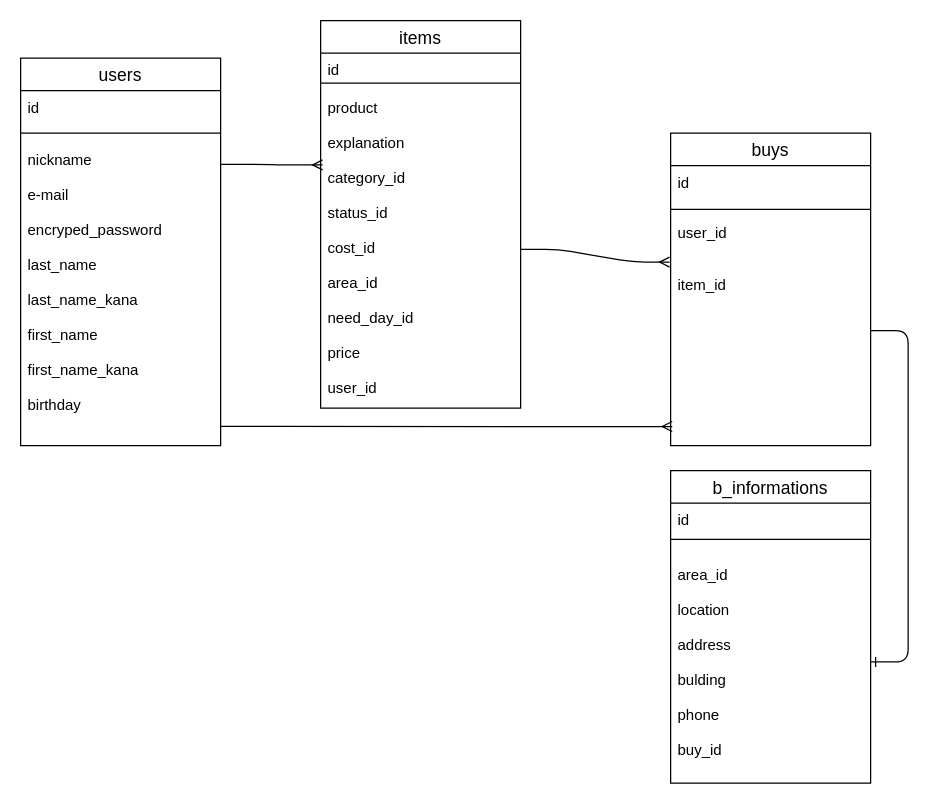
This is furima_table.dio from hhiirroosshhii/furima-39859, a draw.io file, before an edit. Source tidied: cells renumbered, new cells numbered last; positions are measured from the earlier drawing's top-left corner, leaving out a move shared by most shapes. Both pictures are drawn from the tidied source at 125%, with x=0, y=0 at pixel (20, 20).
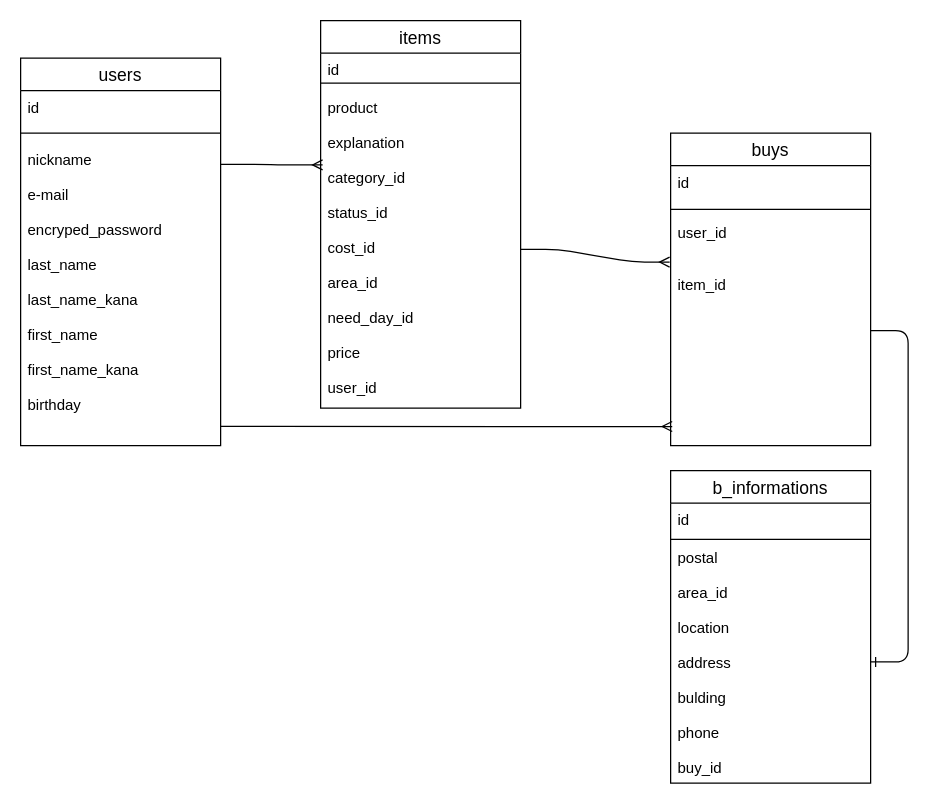
After the change.

Unchanged cells that the change refers to:
```xml
<mxCell id="13" value="b_informations" style="swimlane;fontStyle=0;horizontal=1;startSize=26;align=center;fontSize=14;" parent="1" vertex="1">
  <mxGeometry x="520" y="360" width="160" height="250" as="geometry" />
</mxCell>
```

The edit, as a diff of the source:
```diff
@@
-    <mxCell id="16" value="&#10;area_id&#10;&#10;location&#10;&#10;address&#10;&#10;bulding&#10;&#10;phone&#10;&#10;buy_id" style="text;strokeColor=none;fillColor=none;spacingLeft=4;spacingRight=4;overflow=hidden;points=[[0,0.5],[1,0.5]];portConstraint=eastwest;fontSize=12;" parent="13" vertex="1">
+    <mxCell id="16" value="postal&#10;&#10;area_id&#10;&#10;location&#10;&#10;address&#10;&#10;bulding&#10;&#10;phone&#10;&#10;buy_id" style="text;strokeColor=none;fillColor=none;spacingLeft=4;spacingRight=4;overflow=hidden;points=[[0,0.5],[1,0.5]];portConstraint=eastwest;fontSize=12;" parent="13" vertex="1">
       <mxGeometry y="56" width="160" height="194" as="geometry" />
     </mxCell>
```
